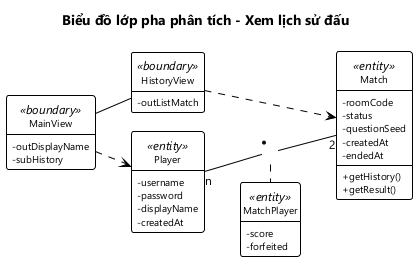
This is docs/hung/lop-phan-tich-uc06.png from HungNguyenBa1811/math-dash, a PlantUML export, as it was before one commit.
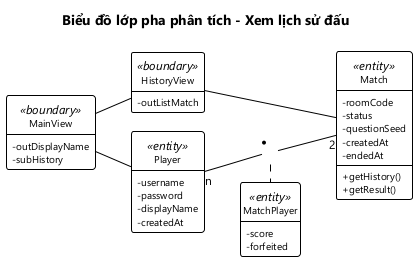
After the commit.

What changed in the source:
```diff
@@ -31,8 +31,8 @@
 }
 
 MainView -- HistoryView
-MainView ..> Player
-HistoryView ..> Match
+MainView -- Player
+HistoryView -- Match
 Player "n" -- "2" Match
 (Player, Match) .. MatchPlayer
 @enduml
```
